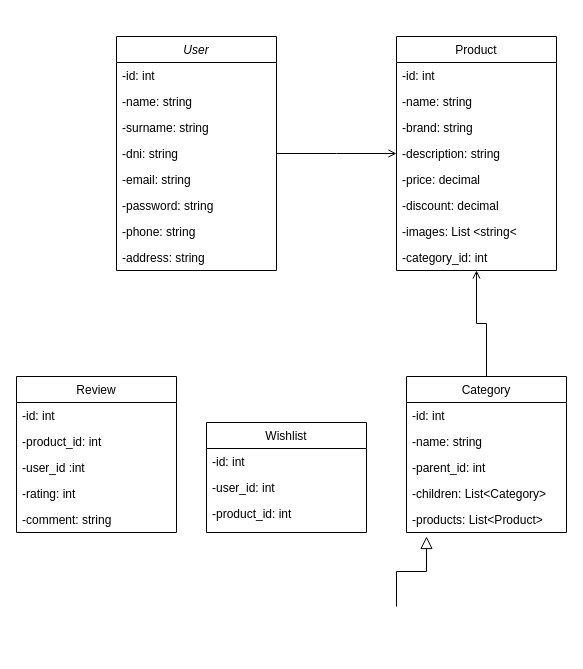
Earlier version of the draw.io diagram Diagrama sin título.drawio (sergilivo22/M05_UF3_P4_Design-Code). Source tidied: cells renumbered, new cells numbered last; positions are measured from the earlier drawing's top-left corner, leaving out a move shared by most shapes. Both pictures are drawn from the tidied source at 100%, with x=0, y=0 at pixel (16, 36).
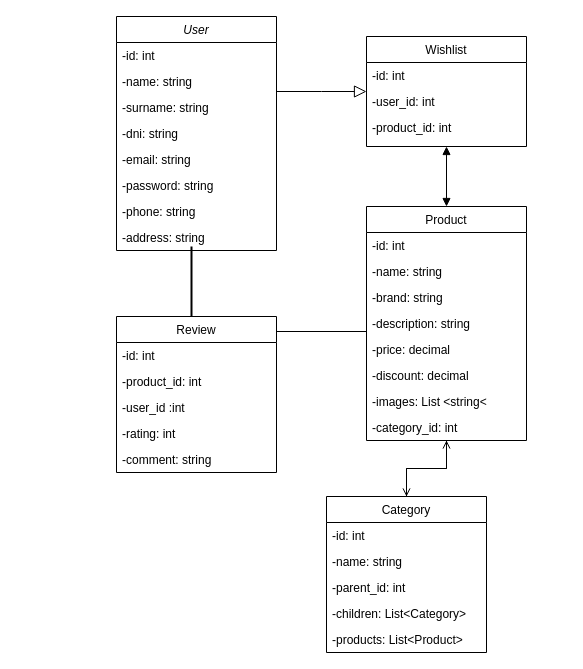
After the change.

Change to the diagram source:
```diff
@@
     <mxCell id="2" value="User" style="swimlane;fontStyle=2;align=center;verticalAlign=top;horizontal=1;startSize=26;rounded=0;shadow=0;strokeWidth=1;" parent="1" vertex="1">
-      <mxGeometry x="100" width="160" height="234" as="geometry" />
+      <mxGeometry x="100" y="-20" width="160" height="234" as="geometry" />
     </mxCell>
@@
     <mxCell id="11" value="Product" style="swimlane;fontStyle=0;align=center;verticalAlign=top;horizontal=1;startSize=26;rounded=0;shadow=0;strokeWidth=1;" parent="1" vertex="1">
-      <mxGeometry x="380" width="160" height="234" as="geometry" />
+      <mxGeometry x="350" y="170" width="160" height="234" as="geometry" />
     </mxCell>
@@
     <mxCell id="20" value="Category" style="swimlane;fontStyle=0;align=center;verticalAlign=top;horizontal=1;startSize=26;rounded=0;shadow=0;strokeWidth=1;" parent="1" vertex="1">
-      <mxGeometry x="390" y="340" width="160" height="156" as="geometry" />
+      <mxGeometry x="310" y="460" width="160" height="156" as="geometry" />
     </mxCell>
@@
-    <mxCell id="26" style="endArrow=block;endSize=10;endFill=0;shadow=0;strokeWidth=1;rounded=0;edgeStyle=elbowEdgeStyle;elbow=vertical;" parent="1" edge="1">
-      <mxGeometry relative="1" as="geometry">
-        <mxPoint x="380" y="570" as="sourcePoint" />
-        <mxPoint x="410" y="500" as="targetPoint" />
-      </mxGeometry>
+    <mxCell id="26" style="endArrow=block;endSize=10;endFill=0;shadow=0;strokeWidth=1;rounded=0;edgeStyle=elbowEdgeStyle;elbow=vertical;" parent="1" edge="1" source="2" target="27">
+      <mxGeometry relative="1" as="geometry" />
     </mxCell>
     <mxCell id="27" value="Wishlist" style="swimlane;fontStyle=0;align=center;verticalAlign=top;horizontal=1;startSize=26;rounded=0;shadow=0;strokeWidth=1;" parent="1" vertex="1">
-      <mxGeometry x="190" y="386" width="160" height="110" as="geometry" />
+      <mxGeometry x="350" width="160" height="110" as="geometry" />
     </mxCell>
@@
-    <mxCell id="31" style="endArrow=open;shadow=0;strokeWidth=1;rounded=0;endFill=1;edgeStyle=elbowEdgeStyle;elbow=vertical;" parent="1" edge="1" source="2" target="11">
+    <mxCell id="31" style="endArrow=open;shadow=0;strokeWidth=1;rounded=0;endFill=1;edgeStyle=elbowEdgeStyle;elbow=vertical;" parent="1" edge="1" source="11" target="20">
       <mxGeometry x="0.5" y="41" relative="1" as="geometry">
         <mxPoint x="-40" y="32" as="offset" />
       </mxGeometry>
     </mxCell>
     <mxCell id="32" value="Review" style="swimlane;fontStyle=0;align=center;verticalAlign=top;horizontal=1;startSize=26;rounded=0;shadow=0;strokeWidth=1;" parent="1" vertex="1">
-      <mxGeometry y="340" width="160" height="156" as="geometry" />
+      <mxGeometry x="100" y="280" width="160" height="156" as="geometry" />
     </mxCell>
@@
+    <mxCell id="39" style="endArrow=block;startArrow=block;endFill=1;startFill=1;html=1;rounded=0;" parent="1" edge="1" source="27" target="11">
+      <mxGeometry relative="1" as="geometry" />
+    </mxCell>
-    <mxCell id="38" style="endArrow=open;shadow=0;strokeWidth=1;rounded=0;endFill=1;edgeStyle=elbowEdgeStyle;elbow=vertical;exitX=0.5;exitY=0;exitDx=0;exitDy=0;" parent="1" edge="1" source="20" target="11">
+    <mxCell id="38" style="endArrow=open;shadow=0;strokeWidth=1;rounded=0;endFill=1;edgeStyle=elbowEdgeStyle;elbow=vertical;" parent="1" edge="1" source="20" target="11">
       <mxGeometry x="0.5" y="41" relative="1" as="geometry">
         <mxPoint x="-40" y="32" as="offset" />
       </mxGeometry>
     </mxCell>
+    <mxCell id="40" style="line;strokeWidth=1;dashed=0;labelPosition=right;align=left;verticalAlign=middle;spacingTop=0;spacingLeft=6;" parent="1" vertex="1">
+      <mxGeometry x="260" y="290" width="90" height="10" as="geometry" />
+    </mxCell>
+    <mxCell id="41" style="line;strokeWidth=2;direction=south;html=1;" parent="1" vertex="1">
+      <mxGeometry x="170" y="210" width="10" height="70" as="geometry" />
+    </mxCell>
```
